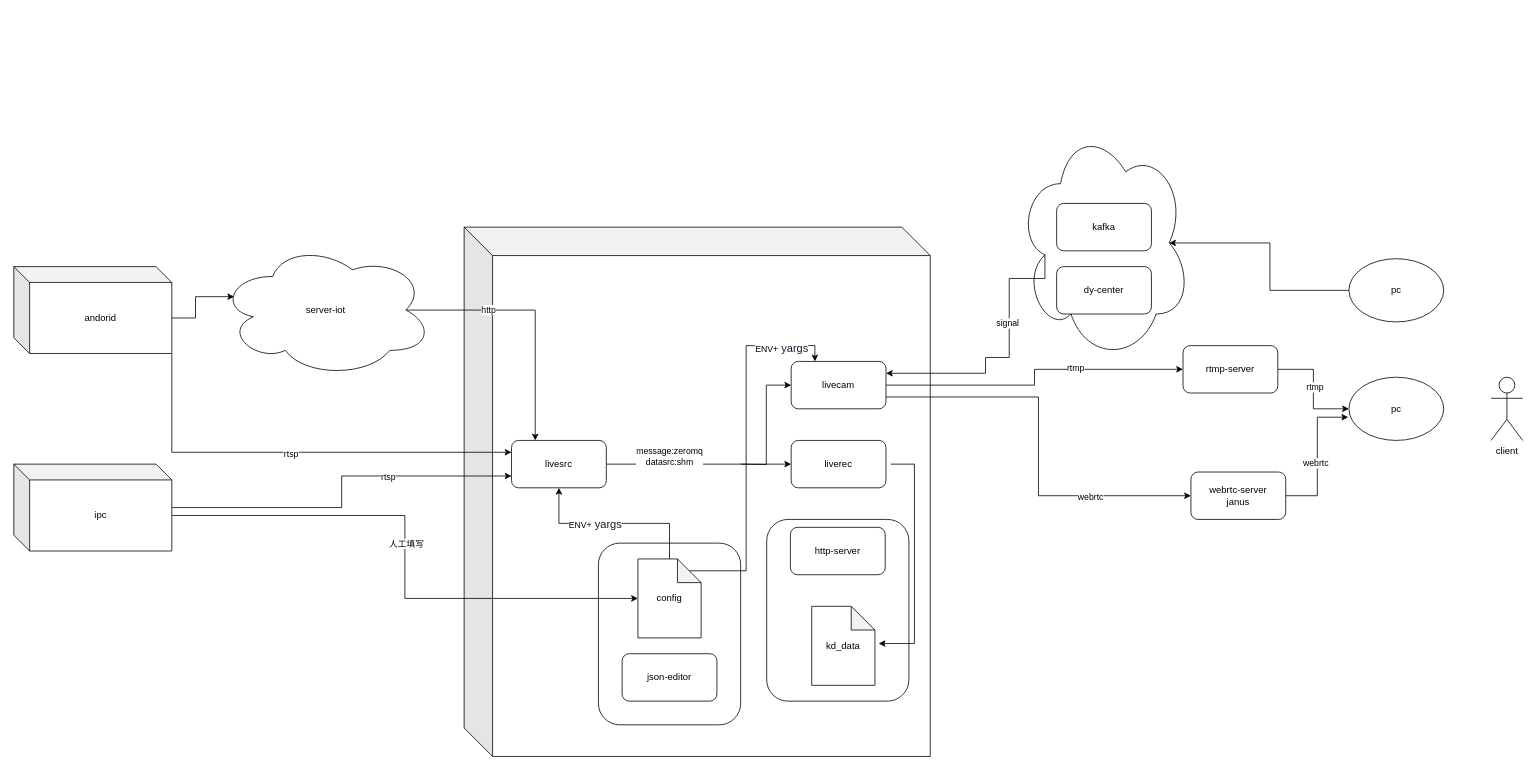
The draw.io diagram Untitled Diagram.drawio in xiaohansu/DailyCode, before the edit. Source tidied: cells renumbered, new cells numbered last; positions are measured from the earlier drawing's top-left corner, leaving out a move shared by most shapes. Both pictures are drawn from the tidied source at 79%, with x=0, y=0 at pixel (13, 124).
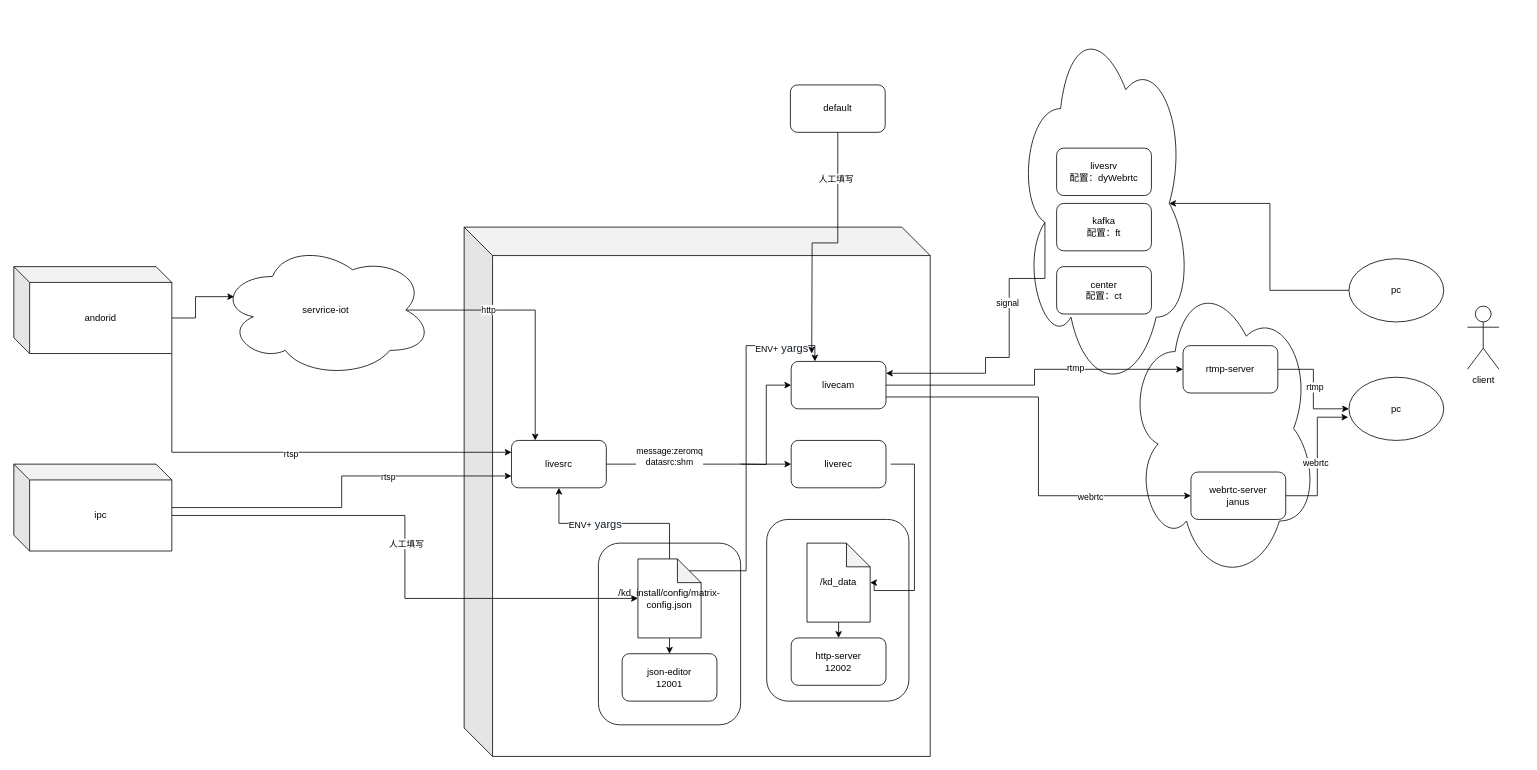
After the change.

What changed in the source:
```diff
@@
+    <mxCell id="52" style="ellipse;shape=cloud;whiteSpace=wrap;html=1;" parent="1" vertex="1">
+      <mxGeometry x="1410" y="190" width="240" height="390" as="geometry" />
+    </mxCell>
@@
-    <mxCell id="7" value="server-iot" style="ellipse;shape=cloud;whiteSpace=wrap;html=1;" parent="1" vertex="1">
+    <mxCell id="7" value="servrice-iot" style="ellipse;shape=cloud;whiteSpace=wrap;html=1;" parent="1" vertex="1">
       <mxGeometry x="260" y="150" width="270" height="170" as="geometry" />
     </mxCell>
@@
     <mxCell id="17" style="ellipse;shape=cloud;whiteSpace=wrap;html=1;" parent="1" vertex="1">
-      <mxGeometry x="1270" width="220" height="300" as="geometry" />
+      <mxGeometry x="1270" y="-140" width="220" height="480" as="geometry" />
     </mxCell>
@@
-    <mxCell id="28" style="edgeStyle=orthogonalEdgeStyle;rounded=0;jettySize=auto;html=1;entryX=1.059;entryY=0.471;entryDx=0;entryDy=0;entryPerimeter=0;" parent="1" edge="1" target="47">
+    <mxCell id="28" style="edgeStyle=orthogonalEdgeStyle;rounded=0;jettySize=auto;html=1;" parent="1" edge="1" target="47">
       <mxGeometry relative="1" as="geometry">
         <mxPoint x="1110" y="430" as="sourcePoint" />
         <Array as="points">
           <mxPoint x="1140" y="430" />
-          <mxPoint x="1140" y="657" />
+          <mxPoint x="1140" y="590" />
+          <mxPoint x="1089" y="590" />
+          <mxPoint x="1089" y="580" />
         </Array>
       </mxGeometry>
     </mxCell>
@@
-    <mxCell id="30" value="http-server" style="rounded=1;whiteSpace=wrap;html=1;" parent="1" vertex="1">
-      <mxGeometry x="983" y="510" width="120" height="60" as="geometry" />
+    <mxCell id="30" value="http-server&lt;br&gt;12002" style="rounded=1;whiteSpace=wrap;html=1;" parent="1" vertex="1">
+      <mxGeometry x="984" y="650" width="120" height="60" as="geometry" />
     </mxCell>
@@
     <mxCell id="39" value="client&lt;br&gt;" style="shape=umlActor;verticalLabelPosition=bottom;verticalAlign=top;html=1;" parent="1" vertex="1">
-      <mxGeometry x="1870" y="320" width="40" height="80" as="geometry" />
+      <mxGeometry x="1840" y="230" width="40" height="80" as="geometry" />
     </mxCell>
@@
+    <mxCell id="53" style="edgeStyle=orthogonalEdgeStyle;rounded=0;jettySize=auto;html=1;exitX=0.5;exitY=1;exitDx=0;exitDy=0;exitPerimeter=0;entryX=0.5;entryY=0;entryDx=0;entryDy=0;" parent="1" edge="1" source="46" target="51">
+      <mxGeometry relative="1" as="geometry" />
+    </mxCell>
-    <mxCell id="46" value="config" style="shape=note;whiteSpace=wrap;html=1;backgroundOutline=1;darkOpacity=0.05;" parent="1" vertex="1">
+    <mxCell id="46" value="/kd_install/config/matrix-config.json" style="shape=note;whiteSpace=wrap;html=1;backgroundOutline=1;darkOpacity=0.05;" parent="1" vertex="1">
       <mxGeometry x="790" y="550" width="80" height="100" as="geometry" />
     </mxCell>
+    <mxCell id="54" style="edgeStyle=orthogonalEdgeStyle;rounded=0;jettySize=auto;html=1;exitX=0.5;exitY=1;exitDx=0;exitDy=0;exitPerimeter=0;entryX=0.5;entryY=0;entryDx=0;entryDy=0;" parent="1" edge="1" source="47" target="30">
+      <mxGeometry relative="1" as="geometry" />
+    </mxCell>
-    <mxCell id="47" value="kd_data" style="shape=note;whiteSpace=wrap;html=1;backgroundOutline=1;darkOpacity=0.05;" parent="1" vertex="1">
-      <mxGeometry x="1010" y="610" width="80" height="100" as="geometry" />
+    <mxCell id="47" value="/kd_data" style="shape=note;whiteSpace=wrap;html=1;backgroundOutline=1;darkOpacity=0.05;" parent="1" vertex="1">
+      <mxGeometry x="1004" y="530" width="80" height="100" as="geometry" />
     </mxCell>
-    <mxCell id="48" value="kafka" style="rounded=1;whiteSpace=wrap;html=1;" parent="1" vertex="1">
+    <mxCell id="48" value="kafka&lt;br&gt;配置：ft" style="rounded=1;whiteSpace=wrap;html=1;" parent="1" vertex="1">
       <mxGeometry x="1320" y="100" width="120" height="60" as="geometry" />
     </mxCell>
-    <mxCell id="49" value="dy-center" style="rounded=1;whiteSpace=wrap;html=1;" parent="1" vertex="1">
+    <mxCell id="49" value="center&lt;br&gt;配置：ct" style="rounded=1;whiteSpace=wrap;html=1;" parent="1" vertex="1">
       <mxGeometry x="1320" y="180" width="120" height="60" as="geometry" />
     </mxCell>
@@
-    <mxCell id="51" value="json-editor" style="rounded=1;whiteSpace=wrap;html=1;" parent="1" vertex="1">
+    <mxCell id="51" value="json-editor&lt;br&gt;12001" style="rounded=1;whiteSpace=wrap;html=1;" parent="1" vertex="1">
       <mxGeometry x="770" y="670" width="120" height="60" as="geometry" />
     </mxCell>
+    <mxCell id="55" value="livesrv&lt;br&gt;配置：dyWebrtc" style="rounded=1;whiteSpace=wrap;html=1;" parent="1" vertex="1">
+      <mxGeometry x="1320" y="30" width="120" height="60" as="geometry" />
+    </mxCell>
+    <mxCell id="56" style="edgeStyle=orthogonalEdgeStyle;rounded=0;jettySize=auto;html=1;" parent="1" edge="1" source="58">
+      <mxGeometry relative="1" as="geometry">
+        <mxPoint x="1010" y="290" as="targetPoint" />
+      </mxGeometry>
+    </mxCell>
+    <mxCell id="57" value="人工填写" style="edgeLabel;html=1;align=center;verticalAlign=middle;" parent="56" vertex="1">
+      <mxGeometry x="-0.63" y="-3" relative="1" as="geometry" />
+    </mxCell>
+    <mxCell id="58" value="default" style="rounded=1;whiteSpace=wrap;html=1;" parent="1" vertex="1">
+      <mxGeometry x="983" y="-50" width="120" height="60" as="geometry" />
+    </mxCell>
```
